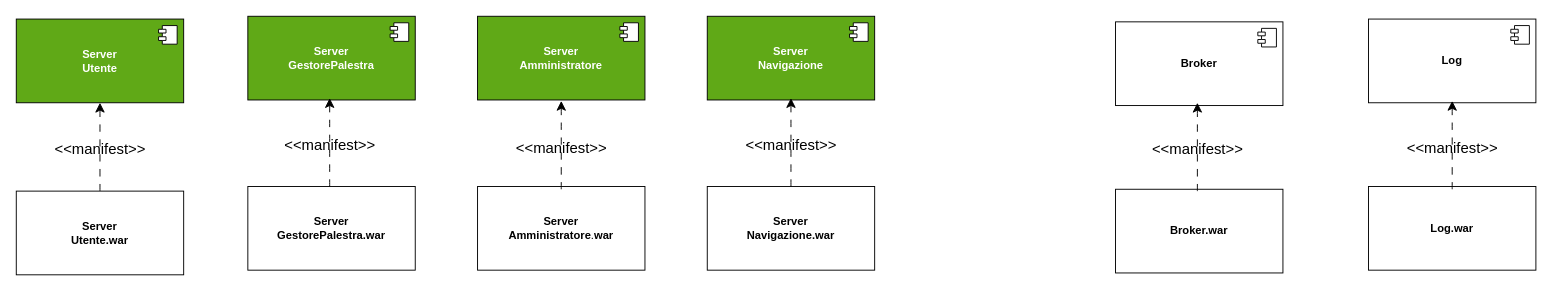
JosephBoom02/Progetto_Ingegneria_del_Software keeps this draw.io diagram as deploy.drawio. Above is the earlier version. Source tidied: cells renumbered, new cells numbered last; positions are measured from the earlier drawing's top-left corner, leaving out a move shared by most shapes. Both pictures are drawn from the tidied source at 93%, with x=0, y=0 at pixel (16, 16).
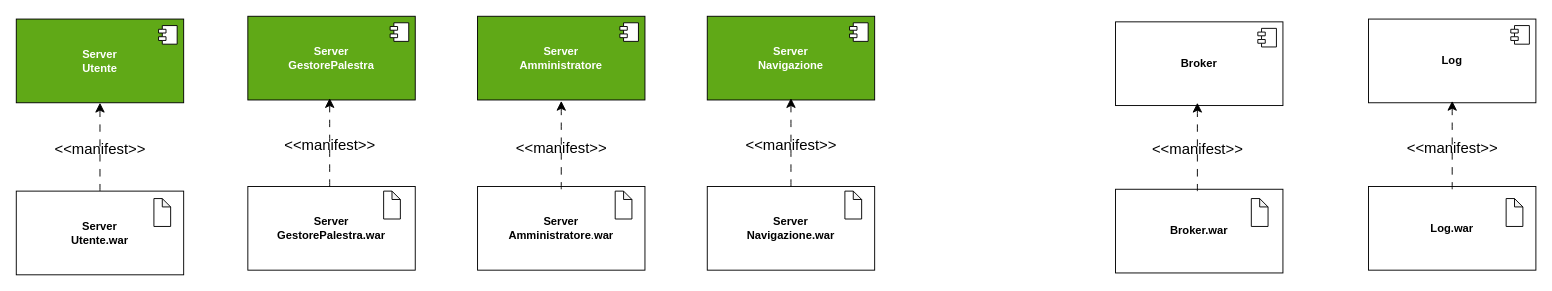
After the change.

The edit, as a diff of the source:
```diff
@@
+    <mxCell id="32" style="shape=note;whiteSpace=wrap;html=1;backgroundOutline=1;darkOpacity=0.05;size=9;" parent="1" vertex="1">
+      <mxGeometry x="148" y="196" width="18" height="30" as="geometry" />
+    </mxCell>
+    <mxCell id="33" style="shape=note;whiteSpace=wrap;html=1;backgroundOutline=1;darkOpacity=0.05;size=9;" parent="1" vertex="1">
+      <mxGeometry x="395" y="188" width="18" height="30" as="geometry" />
+    </mxCell>
+    <mxCell id="34" style="shape=note;whiteSpace=wrap;html=1;backgroundOutline=1;darkOpacity=0.05;size=9;" parent="1" vertex="1">
+      <mxGeometry x="644" y="188" width="18" height="30" as="geometry" />
+    </mxCell>
+    <mxCell id="35" style="shape=note;whiteSpace=wrap;html=1;backgroundOutline=1;darkOpacity=0.05;size=9;" parent="1" vertex="1">
+      <mxGeometry x="891" y="188" width="18" height="30" as="geometry" />
+    </mxCell>
+    <mxCell id="36" style="shape=note;whiteSpace=wrap;html=1;backgroundOutline=1;darkOpacity=0.05;size=9;" parent="1" vertex="1">
+      <mxGeometry x="1328" y="196" width="18" height="30" as="geometry" />
+    </mxCell>
+    <mxCell id="37" style="shape=note;whiteSpace=wrap;html=1;backgroundOutline=1;darkOpacity=0.05;size=9;" parent="1" vertex="1">
+      <mxGeometry x="1602" y="196" width="18" height="30" as="geometry" />
+    </mxCell>
```
